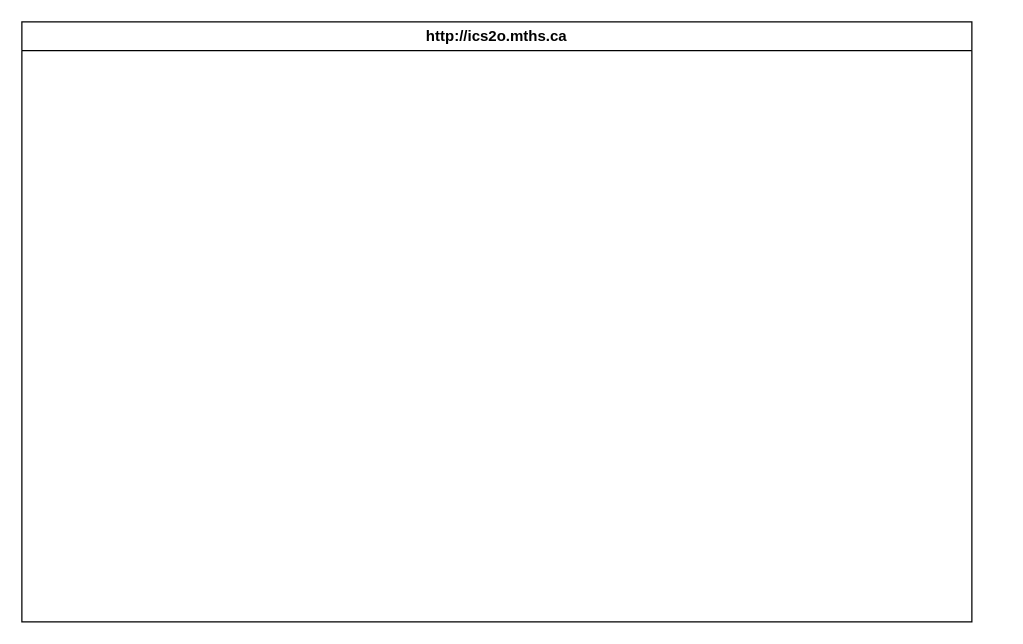
Before: design/storyboard.drawio in MTHS-ICS2O-2-2022/ICS2O-Unit-5-06-janet-do, a draw.io diagram. Source tidied: cells renumbered, new cells numbered last; positions are measured from the earlier drawing's top-left corner, leaving out a move shared by most shapes. Both pictures are drawn from the tidied source at 125%, with x=0, y=0 at pixel (21, 21).
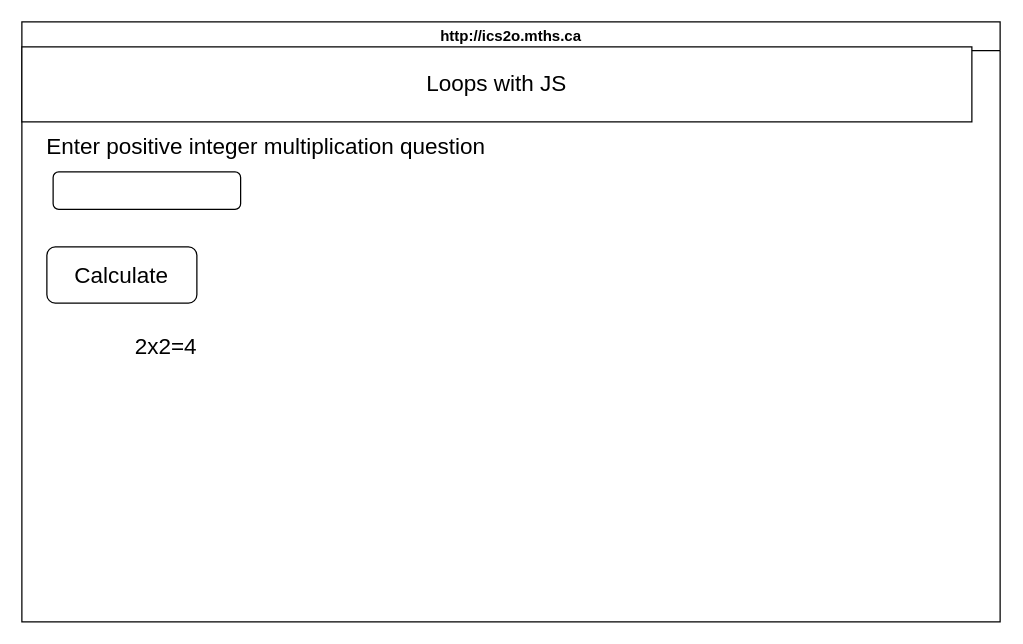
The same diagram, later.

What changed in the source:
```diff
@@
 <mxGraphModel>
   <root>
     <mxCell id="0" />
     <mxCell id="1" parent="0" />
     <mxCell id="2" value="http://ics2o.mths.ca" style="swimlane;whiteSpace=wrap;html=1;" parent="1" vertex="1">
-      <mxGeometry width="760" height="480" as="geometry" />
+      <mxGeometry width="782.6" height="480" as="geometry" />
     </mxCell>
+    <mxCell id="3" value="&lt;font style=&quot;font-size: 18px;&quot;&gt;Loops with JS&lt;/font&gt;" style="rounded=0;whiteSpace=wrap;html=1;" parent="2" vertex="1">
+      <mxGeometry y="20" width="760" height="60" as="geometry" />
+    </mxCell>
+    <mxCell id="4" value="Enter positive integer multiplication question" style="text;html=1;align=center;verticalAlign=middle;strokeColor=none;fillColor=none;fontSize=18;" parent="2" vertex="1">
+      <mxGeometry x="10" y="80" width="370" height="40" as="geometry" />
+    </mxCell>
+    <mxCell id="5" style="rounded=1;whiteSpace=wrap;html=1;fontSize=18;" parent="2" vertex="1">
+      <mxGeometry x="25" y="120" width="150" height="30" as="geometry" />
+    </mxCell>
+    <mxCell id="6" value="Calculate" style="rounded=1;whiteSpace=wrap;html=1;fontSize=18;" parent="2" vertex="1">
+      <mxGeometry x="20" y="180" width="120" height="45" as="geometry" />
+    </mxCell>
+    <mxCell id="7" value="2x2=4" style="text;html=1;align=center;verticalAlign=middle;strokeColor=none;fillColor=none;fontSize=18;" parent="2" vertex="1">
+      <mxGeometry x="80" y="240" width="70" height="40" as="geometry" />
+    </mxCell>
   </root>
 </mxGraphModel>
```
